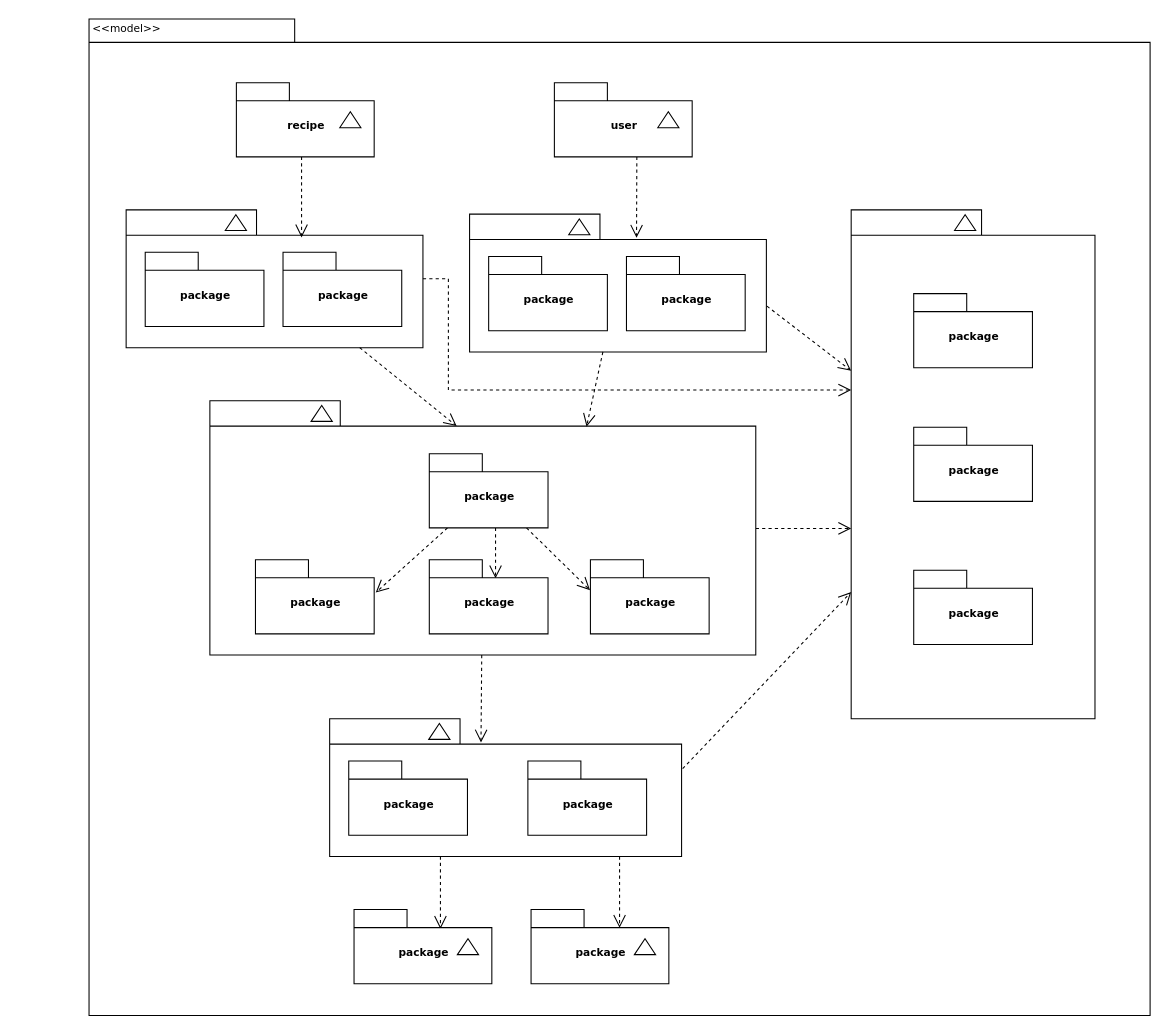
OliverGebert/RecipeAPI keeps this draw.io diagram as Documentation/Unbenanntes Diagramm.drawio. Above is the earlier version. Source tidied: cells renumbered, new cells numbered last; positions are measured from the earlier drawing's top-left corner, leaving out a move shared by most shapes. Both pictures are drawn from the tidied source at 106%, with x=0, y=0 at pixel (88, 18).
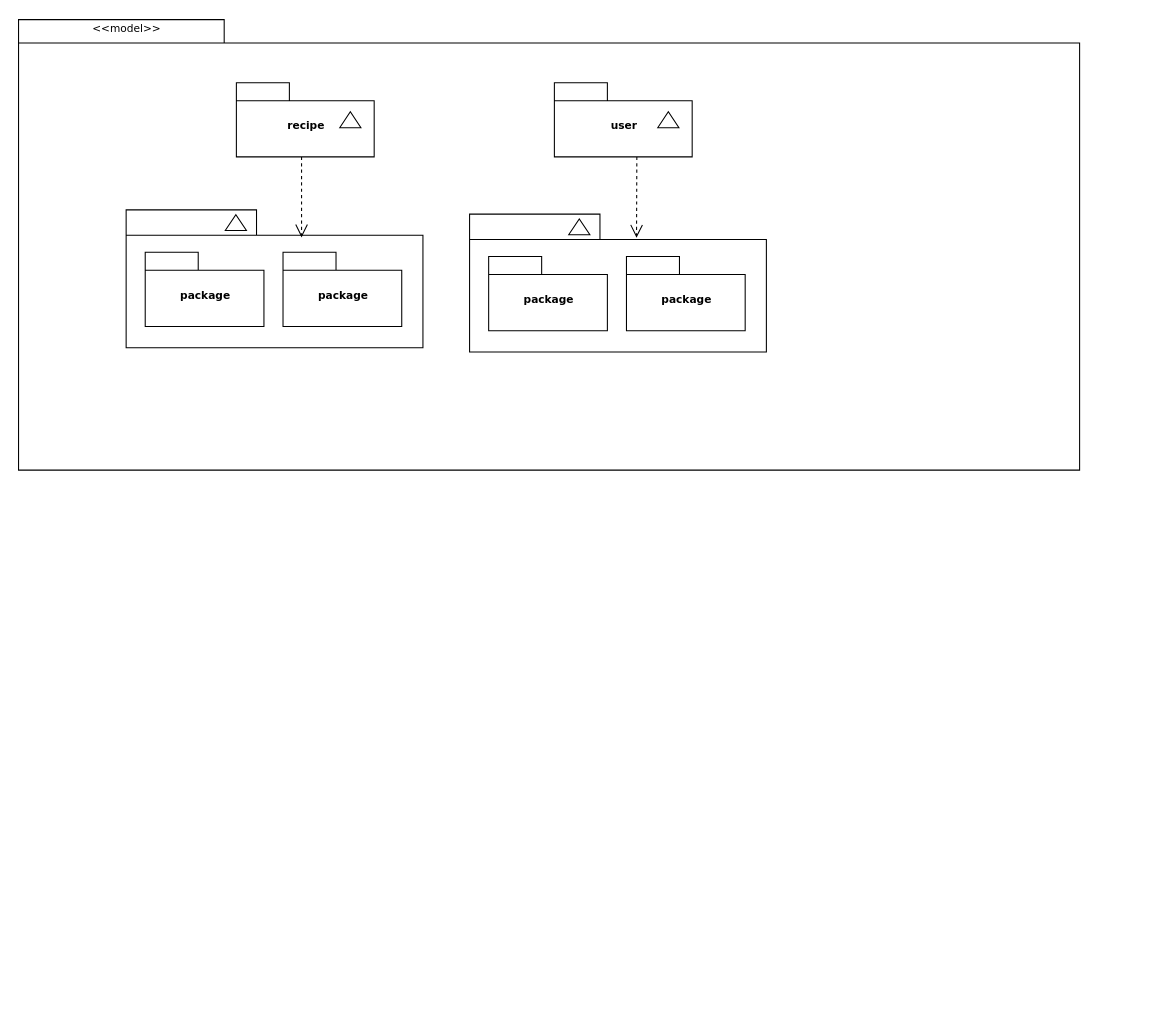
The same page after the edit.

Unchanged cells that the change refers to:
```xml
<mxCell id="10" style="shape=folder;fontStyle=1;spacingTop=10;tabWidth=123;tabHeight=24;tabPosition=left;html=1;rounded=0;shadow=0;comic=0;labelBackgroundColor=none;strokeWidth=1;fontFamily=Verdana;fontSize=10;align=center;" parent="9" vertex="1">
  <mxGeometry width="280" height="130" as="geometry" />
</mxCell>
<mxCell id="15" style="shape=folder;fontStyle=1;spacingTop=10;tabWidth=123;tabHeight=24;tabPosition=left;html=1;rounded=0;shadow=0;comic=0;labelBackgroundColor=none;strokeWidth=1;fontFamily=Verdana;fontSize=10;align=center;" parent="14" vertex="1">
  <mxGeometry width="280" height="130" as="geometry" />
</mxCell>
```

Change to the diagram source:
```diff
@@
     <mxCell id="2" style="shape=folder;fontStyle=1;spacingTop=10;tabWidth=194;tabHeight=22;tabPosition=left;html=1;rounded=0;shadow=0;comic=0;labelBackgroundColor=none;strokeWidth=1;fillColor=none;fontFamily=Verdana;fontSize=10;align=center;" parent="1" vertex="1">
-      <mxGeometry x="0.5" y="0.5" width="1001" height="940" as="geometry" />
+      <mxGeometry x="-66" y="1" width="1001" height="425" as="geometry" />
     </mxCell>
@@
-    <mxCell id="19" style="group;" parent="1" vertex="1">
-      <mxGeometry x="719.5" y="180.5" width="230" height="480" as="geometry" />
-    </mxCell>
-    <mxCell id="20" style="group;" parent="19" vertex="1">
-      <mxGeometry width="230" height="480" as="geometry" />
-    </mxCell>
-    <mxCell id="21" style="shape=folder;fontStyle=1;spacingTop=10;tabWidth=123;tabHeight=24;tabPosition=left;html=1;rounded=0;shadow=0;comic=0;labelBackgroundColor=none;strokeWidth=1;fontFamily=Verdana;fontSize=10;align=center;" parent="20" vertex="1">
-      <mxGeometry width="230" height="480" as="geometry" />
-    </mxCell>
-    <mxCell id="22" style="triangle;whiteSpace=wrap;html=1;rounded=0;shadow=0;comic=0;labelBackgroundColor=none;strokeWidth=1;fontFamily=Verdana;fontSize=10;align=center;rotation=-90;" parent="20" vertex="1">
-      <mxGeometry x="100" y="2" width="15" height="20" as="geometry" />
-    </mxCell>
-    <mxCell id="23" value="package" style="shape=folder;fontStyle=1;spacingTop=10;tabWidth=50;tabHeight=17;tabPosition=left;html=1;rounded=0;shadow=0;comic=0;labelBackgroundColor=none;strokeWidth=1;fontFamily=Verdana;fontSize=10;align=center;" parent="20" vertex="1">
-      <mxGeometry x="59" y="79" width="112" height="70" as="geometry" />
-    </mxCell>
-    <mxCell id="24" value="package" style="shape=folder;fontStyle=1;spacingTop=10;tabWidth=50;tabHeight=17;tabPosition=left;html=1;rounded=0;shadow=0;comic=0;labelBackgroundColor=none;strokeWidth=1;fontFamily=Verdana;fontSize=10;align=center;" parent="20" vertex="1">
-      <mxGeometry x="59" y="205" width="112" height="70" as="geometry" />
-    </mxCell>
-    <mxCell id="25" value="package" style="shape=folder;fontStyle=1;spacingTop=10;tabWidth=50;tabHeight=17;tabPosition=left;html=1;rounded=0;shadow=0;comic=0;labelBackgroundColor=none;strokeWidth=1;fontFamily=Verdana;fontSize=10;align=center;" parent="20" vertex="1">
-      <mxGeometry x="59" y="340" width="112" height="70" as="geometry" />
-    </mxCell>
-    <mxCell id="26" style="edgeStyle=none;rounded=0;html=1;entryX=0.43;entryY=0.173;entryPerimeter=0;dashed=1;labelBackgroundColor=none;startFill=0;endArrow=open;endFill=0;endSize=10;fontFamily=Verdana;fontSize=10;" parent="1" edge="1" source="28" target="39">
-      <mxGeometry relative="1" as="geometry" />
-    </mxCell>
-    <mxCell id="27" style="edgeStyle=elbowEdgeStyle;rounded=0;html=1;dashed=1;labelBackgroundColor=none;startFill=0;endArrow=open;endFill=0;endSize=10;fontFamily=Verdana;fontSize=10;elbow=vertical;" parent="1" edge="1" source="28" target="21">
-      <mxGeometry relative="1" as="geometry" />
-    </mxCell>
-    <mxCell id="28" style="shape=folder;fontStyle=1;spacingTop=10;tabWidth=123;tabHeight=24;tabPosition=left;html=1;rounded=0;shadow=0;comic=0;labelBackgroundColor=none;strokeColor=#000000;strokeWidth=1;fillColor=#ffffff;fontFamily=Verdana;fontSize=10;fontColor=#000000;align=center;" parent="1" vertex="1">
-      <mxGeometry x="114.5" y="360.5" width="515" height="240" as="geometry" />
-    </mxCell>
-    <mxCell id="29" style="edgeStyle=elbowEdgeStyle;rounded=0;html=1;entryX=0.559;entryY=0.251;entryPerimeter=0;dashed=1;labelBackgroundColor=none;startFill=0;endArrow=open;endFill=0;endSize=10;fontFamily=Verdana;fontSize=10;" parent="1" edge="1" source="32" target="34">
-      <mxGeometry relative="1" as="geometry" />
-    </mxCell>
-    <mxCell id="30" style="edgeStyle=none;rounded=0;html=1;dashed=1;labelBackgroundColor=none;startFill=0;endArrow=open;endFill=0;endSize=10;fontFamily=Verdana;fontSize=10;entryX=-0.003;entryY=0.411;entryPerimeter=0;" parent="1" edge="1" source="32" target="35">
-      <mxGeometry relative="1" as="geometry" />
-    </mxCell>
-    <mxCell id="31" style="edgeStyle=none;rounded=0;html=1;dashed=1;labelBackgroundColor=none;startFill=0;endArrow=open;endFill=0;endSize=10;fontFamily=Verdana;fontSize=10;entryX=1.013;entryY=0.444;entryPerimeter=0;" parent="1" edge="1" source="32" target="33">
-      <mxGeometry relative="1" as="geometry" />
-    </mxCell>
-    <mxCell id="32" value="package" style="shape=folder;fontStyle=1;spacingTop=10;tabWidth=50;tabHeight=17;tabPosition=left;html=1;rounded=0;shadow=0;comic=0;labelBackgroundColor=none;strokeColor=#000000;strokeWidth=1;fillColor=#ffffff;fontFamily=Verdana;fontSize=10;fontColor=#000000;align=center;" parent="1" vertex="1">
-      <mxGeometry x="321.5" y="410.5" width="112" height="70" as="geometry" />
-    </mxCell>
-    <mxCell id="33" value="package" style="shape=folder;fontStyle=1;spacingTop=10;tabWidth=50;tabHeight=17;tabPosition=left;html=1;rounded=0;shadow=0;comic=0;labelBackgroundColor=none;strokeColor=#000000;strokeWidth=1;fillColor=#ffffff;fontFamily=Verdana;fontSize=10;fontColor=#000000;align=center;" parent="1" vertex="1">
-      <mxGeometry x="157.5" y="510.5" width="112" height="70" as="geometry" />
-    </mxCell>
-    <mxCell id="34" value="package" style="shape=folder;fontStyle=1;spacingTop=10;tabWidth=50;tabHeight=17;tabPosition=left;html=1;rounded=0;shadow=0;comic=0;labelBackgroundColor=none;strokeColor=#000000;strokeWidth=1;fillColor=#ffffff;fontFamily=Verdana;fontSize=10;fontColor=#000000;align=center;" parent="1" vertex="1">
-      <mxGeometry x="321.5" y="510.5" width="112" height="70" as="geometry" />
-    </mxCell>
-    <mxCell id="35" value="package" style="shape=folder;fontStyle=1;spacingTop=10;tabWidth=50;tabHeight=17;tabPosition=left;html=1;rounded=0;shadow=0;comic=0;labelBackgroundColor=none;strokeColor=#000000;strokeWidth=1;fillColor=#ffffff;fontFamily=Verdana;fontSize=10;fontColor=#000000;align=center;" parent="1" vertex="1">
-      <mxGeometry x="473.5" y="510.5" width="112" height="70" as="geometry" />
-    </mxCell>
-    <mxCell id="36" style="edgeStyle=elbowEdgeStyle;rounded=0;html=1;entryX=0.628;entryY=0.26;entryPerimeter=0;dashed=1;labelBackgroundColor=none;startFill=0;endArrow=open;endFill=0;endSize=10;fontFamily=Verdana;fontSize=10;" parent="1" edge="1" source="39" target="45">
-      <mxGeometry relative="1" as="geometry" />
-    </mxCell>
-    <mxCell id="37" style="edgeStyle=elbowEdgeStyle;rounded=0;html=1;entryX=0.643;entryY=0.246;entryPerimeter=0;dashed=1;labelBackgroundColor=none;startFill=0;endArrow=open;endFill=0;endSize=10;fontFamily=Verdana;fontSize=10;" parent="1" edge="1" source="39" target="48">
-      <mxGeometry relative="1" as="geometry" />
-    </mxCell>
-    <mxCell id="38" style="edgeStyle=none;rounded=0;html=1;dashed=1;labelBackgroundColor=none;startFill=0;endArrow=open;endFill=0;endSize=10;fontFamily=Verdana;fontSize=10;exitX=1.003;exitY=0.363;exitPerimeter=0;" parent="1" edge="1" source="39" target="21">
-      <mxGeometry relative="1" as="geometry" />
-    </mxCell>
-    <mxCell id="39" style="shape=folder;fontStyle=1;spacingTop=10;tabWidth=123;tabHeight=24;tabPosition=left;html=1;rounded=0;shadow=0;comic=0;labelBackgroundColor=none;strokeWidth=1;fontFamily=Verdana;fontSize=10;align=center;" parent="1" vertex="1">
-      <mxGeometry x="227.5" y="660.5" width="332" height="130" as="geometry" />
-    </mxCell>
-    <mxCell id="40" style="triangle;whiteSpace=wrap;html=1;rounded=0;shadow=0;comic=0;labelBackgroundColor=none;strokeWidth=1;fontFamily=Verdana;fontSize=10;align=center;rotation=-90;" parent="1" vertex="1">
-      <mxGeometry x="323.5" y="662.5" width="15" height="20" as="geometry" />
-    </mxCell>
-    <mxCell id="41" value="package" style="shape=folder;fontStyle=1;spacingTop=10;tabWidth=50;tabHeight=17;tabPosition=left;html=1;rounded=0;shadow=0;comic=0;labelBackgroundColor=none;strokeWidth=1;fontFamily=Verdana;fontSize=10;align=center;" parent="1" vertex="1">
-      <mxGeometry x="245.5" y="700.5" width="112" height="70" as="geometry" />
-    </mxCell>
-    <mxCell id="42" value="package" style="shape=folder;fontStyle=1;spacingTop=10;tabWidth=50;tabHeight=17;tabPosition=left;html=1;rounded=0;shadow=0;comic=0;labelBackgroundColor=none;strokeWidth=1;fontFamily=Verdana;fontSize=10;align=center;" parent="1" vertex="1">
-      <mxGeometry x="414.5" y="700.5" width="112" height="70" as="geometry" />
-    </mxCell>
-    <mxCell id="43" style="triangle;whiteSpace=wrap;html=1;rounded=0;shadow=0;comic=0;labelBackgroundColor=none;strokeColor=#000000;strokeWidth=1;fillColor=#ffffff;fontFamily=Verdana;fontSize=10;fontColor=#000000;align=center;rotation=-90;" parent="1" vertex="1">
-      <mxGeometry x="212.5" y="362.5" width="15" height="20" as="geometry" />
-    </mxCell>
-    <mxCell id="44" style="group;" parent="1" vertex="1">
-      <mxGeometry x="250.5" y="840.6" width="130" height="70" as="geometry" />
-    </mxCell>
-    <mxCell id="45" value="package" style="shape=folder;fontStyle=1;spacingTop=10;tabWidth=50;tabHeight=17;tabPosition=left;html=1;rounded=0;shadow=0;comic=0;labelBackgroundColor=none;strokeWidth=1;fontFamily=Verdana;fontSize=10;align=center;" parent="44" vertex="1">
-      <mxGeometry width="130" height="70" as="geometry" />
-    </mxCell>
-    <mxCell id="46" style="triangle;whiteSpace=wrap;html=1;rounded=0;shadow=0;comic=0;labelBackgroundColor=none;strokeWidth=1;fontFamily=Verdana;fontSize=10;align=center;rotation=-90;" parent="44" vertex="1">
-      <mxGeometry x="100" y="25" width="15" height="20" as="geometry" />
-    </mxCell>
-    <mxCell id="47" style="group;" parent="1" vertex="1">
-      <mxGeometry x="417.5" y="840.6" width="130" height="70" as="geometry" />
-    </mxCell>
-    <mxCell id="48" value="package" style="shape=folder;fontStyle=1;spacingTop=10;tabWidth=50;tabHeight=17;tabPosition=left;html=1;rounded=0;shadow=0;comic=0;labelBackgroundColor=none;strokeWidth=1;fontFamily=Verdana;fontSize=10;align=center;" parent="47" vertex="1">
-      <mxGeometry width="130" height="70" as="geometry" />
-    </mxCell>
-    <mxCell id="49" style="triangle;whiteSpace=wrap;html=1;rounded=0;shadow=0;comic=0;labelBackgroundColor=none;strokeWidth=1;fontFamily=Verdana;fontSize=10;align=center;rotation=-90;" parent="47" vertex="1">
-      <mxGeometry x="100" y="25" width="15" height="20" as="geometry" />
-    </mxCell>
@@
-    <mxCell id="52" style="rounded=0;html=1;entryX=0.452;entryY=0.1;entryPerimeter=0;dashed=1;labelBackgroundColor=none;startFill=0;endArrow=open;endFill=0;endSize=10;fontFamily=Verdana;fontSize=10;" parent="1" edge="1" source="10" target="28">
-      <mxGeometry relative="1" as="geometry" />
-    </mxCell>
-    <mxCell id="53" style="edgeStyle=none;rounded=0;html=1;entryX=0.69;entryY=0.102;entryPerimeter=0;dashed=1;labelBackgroundColor=none;startFill=0;endArrow=open;endFill=0;endSize=10;fontFamily=Verdana;fontSize=10;" parent="1" edge="1" source="15" target="28">
-      <mxGeometry relative="1" as="geometry" />
-    </mxCell>
-    <mxCell id="54" style="edgeStyle=none;rounded=0;html=1;dashed=1;labelBackgroundColor=none;startFill=0;endArrow=open;endFill=0;endSize=10;fontFamily=Verdana;fontSize=10;exitX=1.002;exitY=0.668;exitPerimeter=0;" parent="1" edge="1" source="15" target="21">
-      <mxGeometry relative="1" as="geometry" />
-    </mxCell>
-    <mxCell id="55" style="edgeStyle=orthogonalEdgeStyle;rounded=0;html=1;dashed=1;labelBackgroundColor=none;startFill=0;endArrow=open;endFill=0;endSize=10;fontFamily=Verdana;fontSize=10;" parent="1" edge="1" source="10" target="21">
-      <mxGeometry relative="1" as="geometry">
-        <Array as="points">
-          <mxPoint x="339.5" y="245.5" />
-          <mxPoint x="339.5" y="350.5" />
-        </Array>
-      </mxGeometry>
-    </mxCell>
```
